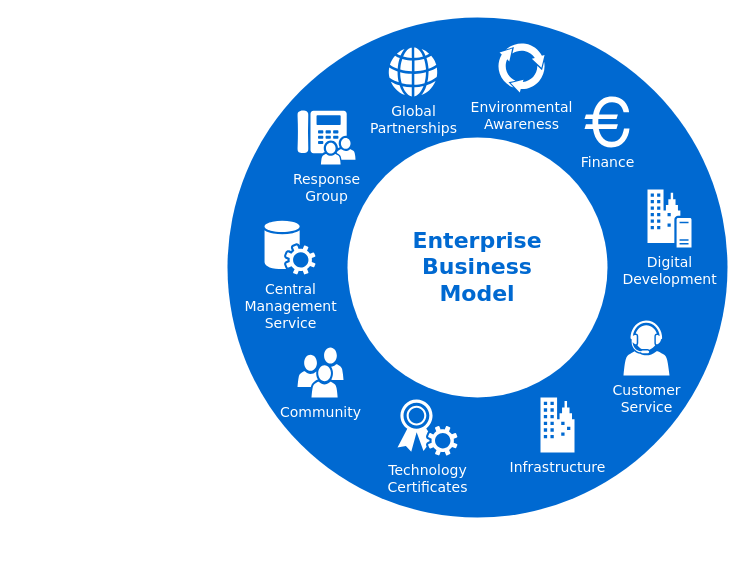
Earlier version of the draw.io diagram demo/Untitled Diagram.drawio (gaoletian/draw). Source tidied: cells renumbered, new cells numbered last; positions are measured from the earlier drawing's top-left corner, leaving out a move shared by most shapes. Both pictures are drawn from the tidied source at 100%, with x=0, y=0 at pixel (227, 17).
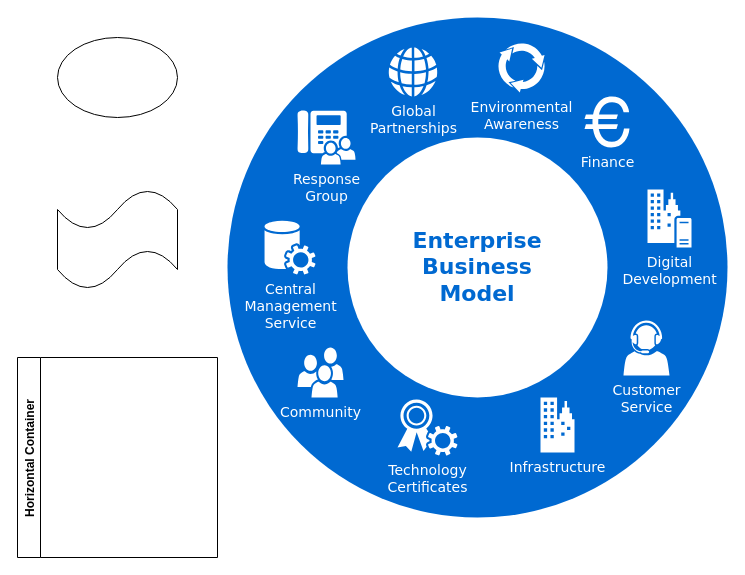
The same page after the edit.

The edit, as a diff of the source:
```diff
@@
 <mxGraphModel>
   <root>
     <mxCell id="0" />
     <mxCell id="1" parent="0" />
     <mxCell id="2" style="ellipse;whiteSpace=wrap;html=1;rounded=0;shadow=0;comic=0;strokeWidth=1;fontFamily=Verdana;fontSize=14;strokeColor=none;fillColor=#0069D1;" parent="1" vertex="1">
       <mxGeometry width="500" height="500" as="geometry" />
     </mxCell>
     <mxCell id="3" value="Enterprise&lt;div&gt;Business&lt;/div&gt;&lt;div&gt;Model&lt;/div&gt;" style="ellipse;whiteSpace=wrap;html=1;rounded=0;shadow=0;comic=0;strokeWidth=1;fontFamily=Verdana;fontSize=22;strokeColor=none;fillColor=#ffffff;fontColor=#0069D1;fontStyle=1;" parent="1" vertex="1">
       <mxGeometry x="120" y="120" width="260" height="260" as="geometry" />
     </mxCell>
     <mxCell id="4" value="Community" style="shadow=0;dashed=0;html=1;strokeColor=none;fillColor=#ffffff;labelPosition=center;verticalLabelPosition=bottom;verticalAlign=top;shape=mxgraph.office.users.users;rounded=0;comic=0;fontFamily=Verdana;fontSize=14;fontColor=#FFFFFF;" parent="1" vertex="1">
       <mxGeometry x="70" y="330" width="46" height="50" as="geometry" />
     </mxCell>
     <mxCell id="5" value="Customer&lt;div&gt;Service&lt;/div&gt;" style="shadow=0;dashed=0;html=1;strokeColor=none;fillColor=#ffffff;labelPosition=center;verticalLabelPosition=bottom;verticalAlign=top;shape=mxgraph.office.users.call_center_agent;rounded=0;comic=0;fontFamily=Verdana;fontSize=14;fontColor=#FFFFFF;" parent="1" vertex="1">
       <mxGeometry x="396" y="303" width="46" height="55" as="geometry" />
     </mxCell>
     <mxCell id="6" value="Response&lt;div&gt;Group&lt;/div&gt;" style="shadow=0;dashed=0;html=1;strokeColor=none;fillColor=#ffffff;labelPosition=center;verticalLabelPosition=bottom;verticalAlign=top;shape=mxgraph.office.users.response_group;rounded=0;comic=0;fontFamily=Verdana;fontSize=14;fontColor=#FFFFFF;" parent="1" vertex="1">
       <mxGeometry x="70" y="93" width="58" height="54" as="geometry" />
     </mxCell>
     <mxCell id="7" value="Central&lt;div&gt;Management&lt;/div&gt;&lt;div&gt;Service&lt;/div&gt;" style="shadow=0;dashed=0;html=1;strokeColor=none;fillColor=#ffffff;labelPosition=center;verticalLabelPosition=bottom;verticalAlign=top;shape=mxgraph.office.services.central_management_service;rounded=0;comic=0;fontFamily=Verdana;fontSize=14;fontColor=#FFFFFF;" parent="1" vertex="1">
       <mxGeometry x="37" y="203" width="51" height="54" as="geometry" />
     </mxCell>
     <mxCell id="8" value="Digital&lt;div&gt;Development&lt;/div&gt;" style="shadow=0;dashed=0;html=1;strokeColor=none;fillColor=#ffffff;labelPosition=center;verticalLabelPosition=bottom;verticalAlign=top;shape=mxgraph.office.servers.on_premises_server;rounded=0;comic=0;fontFamily=Verdana;fontSize=14;fontColor=#FFFFFF;" parent="1" vertex="1">
       <mxGeometry x="420" y="172" width="44" height="58" as="geometry" />
     </mxCell>
     <mxCell id="9" value="Technology&lt;div&gt;Certificates&lt;/div&gt;" style="shadow=0;dashed=0;html=1;strokeColor=none;fillColor=#ffffff;labelPosition=center;verticalLabelPosition=bottom;verticalAlign=top;shape=mxgraph.office.security.token_service;rounded=0;comic=0;fontFamily=Verdana;fontSize=14;fontColor=#FFFFFF;" parent="1" vertex="1">
       <mxGeometry x="170" y="382" width="60" height="56" as="geometry" />
     </mxCell>
     <mxCell id="10" value="Infrastructure" style="shadow=0;dashed=0;html=1;strokeColor=none;fillColor=#ffffff;labelPosition=center;verticalLabelPosition=bottom;verticalAlign=top;shape=mxgraph.office.concepts.on_premises;rounded=0;comic=0;fontFamily=Verdana;fontSize=14;fontColor=#FFFFFF;" parent="1" vertex="1">
       <mxGeometry x="313" y="380" width="34" height="55" as="geometry" />
     </mxCell>
     <mxCell id="11" value="Global&lt;div&gt;Partnerships&lt;/div&gt;" style="shadow=0;dashed=0;html=1;strokeColor=none;fillColor=#ffffff;labelPosition=center;verticalLabelPosition=bottom;verticalAlign=top;shape=mxgraph.office.concepts.globe_internet;rounded=0;comic=0;fontFamily=Verdana;fontSize=14;fontColor=#FFFFFF;" parent="1" vertex="1">
       <mxGeometry x="161" y="30" width="49" height="49" as="geometry" />
     </mxCell>
     <mxCell id="12" value="Environmental&lt;div&gt;Awareness&lt;/div&gt;" style="shadow=0;dashed=0;html=1;strokeColor=none;shape=mxgraph.mscae.general.continuous_cycle;fillColor=#ffffff;rounded=0;comic=0;fontFamily=Verdana;fontSize=14;fontColor=#FFFFFF;verticalAlign=top;labelPosition=center;verticalLabelPosition=bottom;align=center;" parent="1" vertex="1">
       <mxGeometry x="270" y="25" width="48" height="50" as="geometry" />
     </mxCell>
     <mxCell id="13" value="Finance" style="shape=mxgraph.signs.travel.euro;html=1;fillColor=#ffffff;strokeColor=none;verticalLabelPosition=bottom;verticalAlign=top;align=center;rounded=0;shadow=0;dashed=0;comic=0;fontFamily=Verdana;fontSize=14;fontColor=#FFFFFF;" parent="1" vertex="1">
       <mxGeometry x="357" y="79" width="45" height="51" as="geometry" />
     </mxCell>
+    <mxCell id="14" style="ellipse;whiteSpace=wrap;html=1;hachureGap=4;" parent="1" vertex="1">
+      <mxGeometry x="-170" y="20" width="120" height="80" as="geometry" />
+    </mxCell>
+    <mxCell id="15" style="shape=tape;whiteSpace=wrap;html=1;hachureGap=4;" parent="1" vertex="1">
+      <mxGeometry x="-170" y="172" width="120" height="100" as="geometry" />
+    </mxCell>
+    <mxCell id="16" value="Horizontal Container" style="swimlane;horizontal=0;hachureGap=4;" parent="1" vertex="1">
+      <mxGeometry x="-210" y="340" width="200" height="200" as="geometry" />
+    </mxCell>
   </root>
 </mxGraphModel>
```
